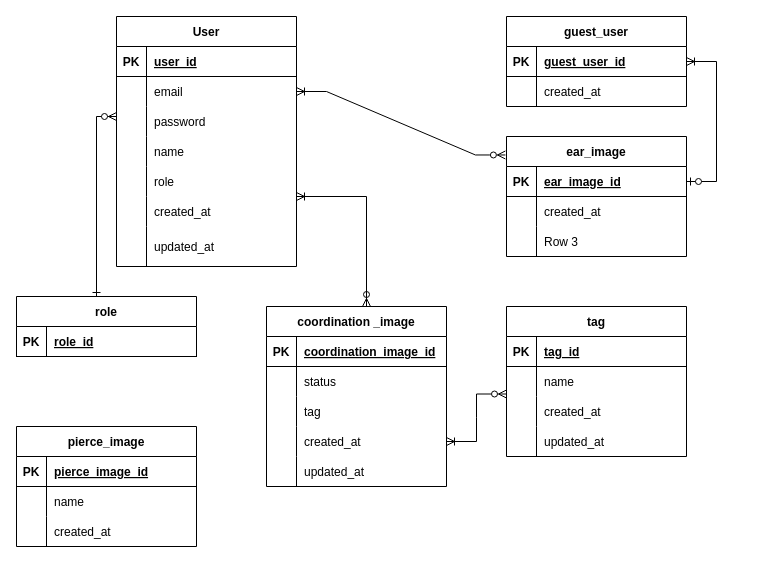
Earlier version of the draw.io diagram page "ER図" (2 of 3) of piercing_simulation.drawio (mmgggg/piercing_simulation). Source tidied: cells renumbered, new cells numbered last; positions are measured from the earlier drawing's top-left corner, leaving out a move shared by most shapes. Both pictures are drawn from the tidied source at 100%, with x=0, y=0 at pixel (16, 16).
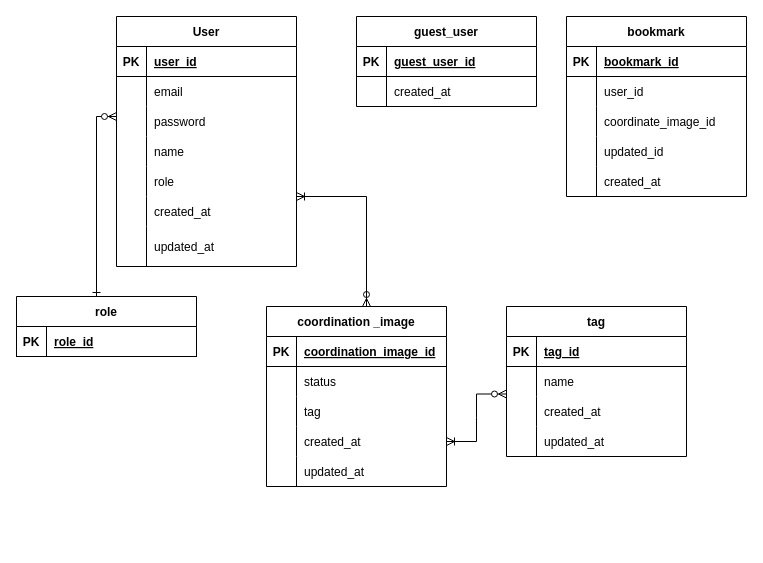
Above is the later version.

Commit message:
piercing_simulation.drawio を更新します

The change refers to these unchanged cells:
```xml
<mxCell id="6" style="shape=tableRow;horizontal=0;startSize=0;swimlaneHead=0;swimlaneBody=0;fillColor=none;points=[[0,0.5],[1,0.5]];portConstraint=eastwest;top=0;left=0;right=0;bottom=0;" parent="2" vertex="1">
  <mxGeometry y="60" width="180" height="30" as="geometry" />
</mxCell>
<mxCell id="25" style="shape=tableRow;horizontal=0;startSize=0;swimlaneHead=0;swimlaneBody=0;fillColor=none;points=[[0,0.5],[1,0.5]];portConstraint=eastwest;top=0;left=0;right=0;bottom=1;" parent="24" vertex="1">
  <mxGeometry y="30" width="180" height="30" as="geometry" />
</mxCell>
```

Change to the diagram source:
```diff
@@
     <mxCell id="24" value="guest_user" style="shape=table;startSize=30;childLayout=tableLayout;rowLines=0;fontStyle=1;align=center;" parent="1" vertex="1">
-      <mxGeometry x="490" width="180" height="90" as="geometry" />
+      <mxGeometry x="340" width="180" height="90" as="geometry" />
     </mxCell>
@@
-    <mxCell id="31" value="pierce_image" style="shape=table;startSize=30;childLayout=tableLayout;rowLines=0;fontStyle=1;align=center;" parent="1" vertex="1">
-      <mxGeometry y="410" width="180" height="120" as="geometry" />
-    </mxCell>
-    <mxCell id="32" style="shape=tableRow;horizontal=0;startSize=0;swimlaneHead=0;swimlaneBody=0;fillColor=none;top=0;left=0;right=0;bottom=1;" parent="31" vertex="1">
-      <mxGeometry y="30" width="180" height="30" as="geometry" />
-    </mxCell>
-    <mxCell id="33" value="PK" style="shape=partialRectangle;fillColor=none;top=0;left=0;bottom=0;right=0;fontStyle=1;overflow=hidden;" parent="32" vertex="1">
-      <mxGeometry width="30" height="30" as="geometry" />
-    </mxCell>
-    <mxCell id="34" value="pierce_image_id" style="shape=partialRectangle;fillColor=none;top=0;left=0;bottom=0;right=0;align=left;spacingLeft=6;fontStyle=5;overflow=hidden;" parent="32" vertex="1">
-      <mxGeometry x="30" width="150" height="30" as="geometry" />
-    </mxCell>
-    <mxCell id="35" style="shape=tableRow;horizontal=0;startSize=0;swimlaneHead=0;swimlaneBody=0;fillColor=none;top=0;left=0;right=0;bottom=0;" parent="31" vertex="1">
-      <mxGeometry y="60" width="180" height="30" as="geometry" />
-    </mxCell>
-    <mxCell id="36" style="shape=partialRectangle;fillColor=none;top=0;left=0;bottom=0;right=0;overflow=hidden;" parent="35" vertex="1">
-      <mxGeometry width="30" height="30" as="geometry" />
-    </mxCell>
-    <mxCell id="37" value="name" style="shape=partialRectangle;fillColor=none;top=0;left=0;bottom=0;right=0;align=left;spacingLeft=6;overflow=hidden;" parent="35" vertex="1">
-      <mxGeometry x="30" width="150" height="30" as="geometry" />
-    </mxCell>
-    <mxCell id="38" style="shape=tableRow;horizontal=0;startSize=0;swimlaneHead=0;swimlaneBody=0;fillColor=none;top=0;left=0;right=0;bottom=0;" parent="31" vertex="1">
-      <mxGeometry y="90" width="180" height="30" as="geometry" />
-    </mxCell>
-    <mxCell id="39" style="shape=partialRectangle;fillColor=none;top=0;left=0;bottom=0;right=0;overflow=hidden;" parent="38" vertex="1">
-      <mxGeometry width="30" height="30" as="geometry" />
-    </mxCell>
-    <mxCell id="40" value="created_at" style="shape=partialRectangle;fillColor=none;top=0;left=0;bottom=0;right=0;align=left;spacingLeft=6;overflow=hidden;" parent="38" vertex="1">
-      <mxGeometry x="30" width="150" height="30" as="geometry" />
-    </mxCell>
-    <mxCell id="41" value="ear_image" style="shape=table;startSize=30;childLayout=tableLayout;rowLines=0;fontStyle=1;align=center;" parent="1" vertex="1">
-      <mxGeometry x="490" y="120" width="180" height="120" as="geometry" />
-    </mxCell>
-    <mxCell id="42" style="shape=tableRow;horizontal=0;startSize=0;swimlaneHead=0;swimlaneBody=0;fillColor=none;points=[[0,0.5],[1,0.5]];portConstraint=eastwest;top=0;left=0;right=0;bottom=1;" parent="41" vertex="1">
-      <mxGeometry y="30" width="180" height="30" as="geometry" />
-    </mxCell>
-    <mxCell id="43" value="PK" style="shape=partialRectangle;fillColor=none;top=0;left=0;bottom=0;right=0;fontStyle=1;overflow=hidden;" parent="42" vertex="1">
-      <mxGeometry width="30" height="30" as="geometry" />
-    </mxCell>
-    <mxCell id="44" value="ear_image_id" style="shape=partialRectangle;fillColor=none;top=0;left=0;bottom=0;right=0;align=left;spacingLeft=6;fontStyle=5;overflow=hidden;" parent="42" vertex="1">
-      <mxGeometry x="30" width="150" height="30" as="geometry" />
-    </mxCell>
-    <mxCell id="45" style="shape=tableRow;horizontal=0;startSize=0;swimlaneHead=0;swimlaneBody=0;fillColor=none;top=0;left=0;right=0;bottom=0;" parent="41" vertex="1">
-      <mxGeometry y="60" width="180" height="30" as="geometry" />
-    </mxCell>
-    <mxCell id="46" style="shape=partialRectangle;fillColor=none;top=0;left=0;bottom=0;right=0;overflow=hidden;" parent="45" vertex="1">
-      <mxGeometry width="30" height="30" as="geometry" />
-    </mxCell>
-    <mxCell id="47" value="created_at" style="shape=partialRectangle;fillColor=none;top=0;left=0;bottom=0;right=0;align=left;spacingLeft=6;overflow=hidden;" parent="45" vertex="1">
-      <mxGeometry x="30" width="150" height="30" as="geometry" />
-    </mxCell>
-    <mxCell id="48" style="shape=tableRow;horizontal=0;startSize=0;swimlaneHead=0;swimlaneBody=0;fillColor=none;top=0;left=0;right=0;bottom=0;" parent="41" vertex="1">
-      <mxGeometry y="90" width="180" height="30" as="geometry" />
-    </mxCell>
-    <mxCell id="49" style="shape=partialRectangle;fillColor=none;top=0;left=0;bottom=0;right=0;overflow=hidden;" parent="48" vertex="1">
-      <mxGeometry width="30" height="30" as="geometry" />
-    </mxCell>
-    <mxCell id="50" value="Row 3" style="shape=partialRectangle;fillColor=none;top=0;left=0;bottom=0;right=0;align=left;spacingLeft=6;overflow=hidden;" parent="48" vertex="1">
-      <mxGeometry x="30" width="150" height="30" as="geometry" />
-    </mxCell>
@@
-    <mxCell id="80" style="edgeStyle=entityRelationEdgeStyle;fontSize=12;html=1;endArrow=ERoneToMany;startArrow=ERzeroToOne;rounded=0;entryX=1;entryY=0.5;entryDx=0;entryDy=0;exitX=1;exitY=0.5;exitDx=0;exitDy=0;" parent="1" edge="1" source="42" target="25">
-      <mxGeometry relative="1" as="geometry" />
-    </mxCell>
-    <mxCell id="81" style="edgeStyle=entityRelationEdgeStyle;fontSize=12;html=1;endArrow=ERzeroToMany;startArrow=ERoneToMany;rounded=0;startFill=0;endFill=0;exitX=1;exitY=0.5;exitDx=0;exitDy=0;entryX=-0.006;entryY=0.154;entryDx=0;entryDy=0;entryPerimeter=0;" parent="1" edge="1" source="6" target="41">
-      <mxGeometry relative="1" as="geometry" />
-    </mxCell>
@@
+    <mxCell id="93" value="bookmark" style="shape=table;startSize=30;childLayout=tableLayout;rowLines=0;fontStyle=1;align=center;" parent="1" vertex="1">
+      <mxGeometry x="550" width="180" height="180" as="geometry" />
+    </mxCell>
+    <mxCell id="94" style="shape=tableRow;horizontal=0;startSize=0;swimlaneHead=0;swimlaneBody=0;fillColor=none;top=0;left=0;right=0;bottom=1;" parent="93" vertex="1">
+      <mxGeometry y="30" width="180" height="30" as="geometry" />
+    </mxCell>
+    <mxCell id="95" value="PK" style="shape=partialRectangle;fillColor=none;top=0;left=0;bottom=0;right=0;fontStyle=1;overflow=hidden;" parent="94" vertex="1">
+      <mxGeometry width="30" height="30" as="geometry" />
+    </mxCell>
+    <mxCell id="96" value="bookmark_id" style="shape=partialRectangle;fillColor=none;top=0;left=0;bottom=0;right=0;align=left;spacingLeft=6;fontStyle=5;overflow=hidden;" parent="94" vertex="1">
+      <mxGeometry x="30" width="150" height="30" as="geometry" />
+    </mxCell>
+    <mxCell id="97" style="shape=tableRow;horizontal=0;startSize=0;swimlaneHead=0;swimlaneBody=0;fillColor=none;top=0;left=0;right=0;bottom=0;" parent="93" vertex="1">
+      <mxGeometry y="60" width="180" height="30" as="geometry" />
+    </mxCell>
+    <mxCell id="98" style="shape=partialRectangle;fillColor=none;top=0;left=0;bottom=0;right=0;overflow=hidden;" parent="97" vertex="1">
+      <mxGeometry width="30" height="30" as="geometry" />
+    </mxCell>
+    <mxCell id="99" value="user_id" style="shape=partialRectangle;fillColor=none;top=0;left=0;bottom=0;right=0;align=left;spacingLeft=6;overflow=hidden;" parent="97" vertex="1">
+      <mxGeometry x="30" width="150" height="30" as="geometry" />
+    </mxCell>
+    <mxCell id="100" style="shape=tableRow;horizontal=0;startSize=0;swimlaneHead=0;swimlaneBody=0;fillColor=none;top=0;left=0;right=0;bottom=0;" parent="93" vertex="1">
+      <mxGeometry y="90" width="180" height="30" as="geometry" />
+    </mxCell>
+    <mxCell id="101" style="shape=partialRectangle;fillColor=none;top=0;left=0;bottom=0;right=0;overflow=hidden;" parent="100" vertex="1">
+      <mxGeometry width="30" height="30" as="geometry" />
+    </mxCell>
+    <mxCell id="102" value="coordinate_image_id" style="shape=partialRectangle;fillColor=none;top=0;left=0;bottom=0;right=0;align=left;spacingLeft=6;overflow=hidden;" parent="100" vertex="1">
+      <mxGeometry x="30" width="150" height="30" as="geometry" />
+    </mxCell>
+    <mxCell id="103" style="shape=tableRow;horizontal=0;startSize=0;swimlaneHead=0;swimlaneBody=0;fillColor=none;top=0;left=0;right=0;bottom=0;" parent="93" vertex="1">
+      <mxGeometry y="120" width="180" height="30" as="geometry" />
+    </mxCell>
+    <mxCell id="104" style="shape=partialRectangle;fillColor=none;top=0;left=0;bottom=0;right=0;overflow=hidden;" parent="103" vertex="1">
+      <mxGeometry width="30" height="30" as="geometry" />
+    </mxCell>
+    <mxCell id="105" value="updated_id" style="shape=partialRectangle;fillColor=none;top=0;left=0;bottom=0;right=0;align=left;spacingLeft=6;overflow=hidden;" parent="103" vertex="1">
+      <mxGeometry x="30" width="150" height="30" as="geometry" />
+    </mxCell>
+    <mxCell id="106" style="shape=tableRow;horizontal=0;startSize=0;swimlaneHead=0;swimlaneBody=0;fillColor=none;top=0;left=0;right=0;bottom=0;" parent="93" vertex="1">
+      <mxGeometry y="150" width="180" height="30" as="geometry" />
+    </mxCell>
+    <mxCell id="107" style="shape=partialRectangle;fillColor=none;top=0;left=0;bottom=0;right=0;overflow=hidden;" parent="106" vertex="1">
+      <mxGeometry width="30" height="30" as="geometry" />
+    </mxCell>
+    <mxCell id="108" value="created_at" style="shape=partialRectangle;fillColor=none;top=0;left=0;bottom=0;right=0;align=left;spacingLeft=6;overflow=hidden;" parent="106" vertex="1">
+      <mxGeometry x="30" width="150" height="30" as="geometry" />
+    </mxCell>
```
